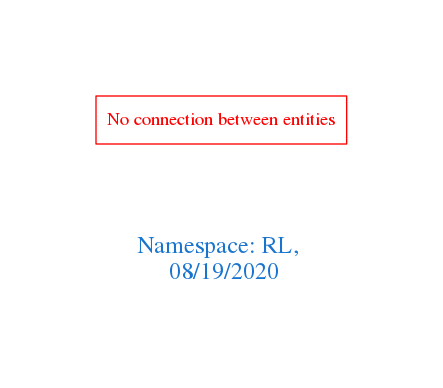
Before: downloads/RL.png, a diagram exported from Graphviz (arago/OGIT). Its source is kept beside it as downloads/RL.dot.
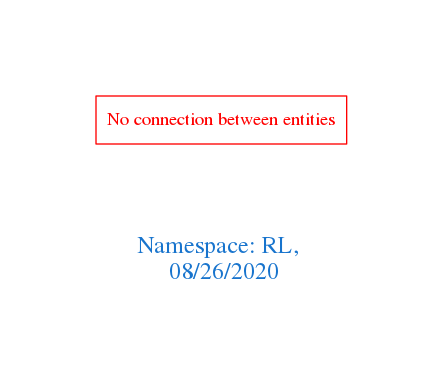
After the commit.

The edit, as a diff of the source:
```diff
@@ -1,7 +1,7 @@
 digraph OGIT_ontology {
  graph [ rankdir= LR,pad=1
 fontsize = 18,
-fontcolor= dodgerblue3,label = "\n\n\nNamespace: RL, \n 08/19/2020"];
+fontcolor= dodgerblue3,label = "\n\n\nNamespace: RL, \n 08/26/2020"];
 node[shape=polygon];
 edge [  color="gray81"];
 
```
